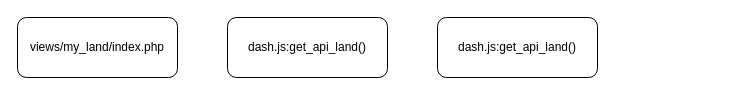
This is murbaa.drawio from tarikwaleed/diagrams, a draw.io file, before an edit. Source tidied: cells renumbered, new cells numbered last; positions are measured from the earlier drawing's top-left corner, leaving out a move shared by most shapes. Both pictures are drawn from the tidied source at 100%, with x=0, y=0 at pixel (17, 17).
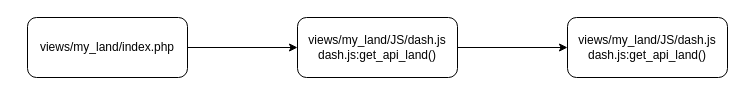
After the change.

Diff of the diagram source:
```diff
@@
 <mxGraphModel>
   <root>
     <mxCell id="0" />
     <mxCell id="1" parent="0" />
+    <mxCell id="5" style="edgeStyle=orthogonalEdgeStyle;rounded=0;jettySize=auto;html=1;exitX=1;exitY=0.5;exitDx=0;exitDy=0;entryX=0;entryY=0.5;entryDx=0;entryDy=0;" parent="1" edge="1" source="2" target="3">
+      <mxGeometry relative="1" as="geometry" />
+    </mxCell>
     <mxCell id="2" value="&lt;div&gt;views/my_land/index.php&lt;/div&gt;" style="rounded=1;whiteSpace=wrap;html=1;" parent="1" vertex="1">
-      <mxGeometry width="160" height="60" as="geometry" />
+      <mxGeometry x="10" width="160" height="60" as="geometry" />
     </mxCell>
+    <mxCell id="6" style="edgeStyle=orthogonalEdgeStyle;rounded=0;jettySize=auto;html=1;exitX=1;exitY=0.5;exitDx=0;exitDy=0;entryX=0;entryY=0.5;entryDx=0;entryDy=0;" parent="1" edge="1" source="3" target="4">
+      <mxGeometry relative="1" as="geometry" />
+    </mxCell>
-    <mxCell id="3" value="&lt;div&gt;dash.js:get_api_land()&lt;/div&gt;" style="rounded=1;whiteSpace=wrap;html=1;" parent="1" vertex="1">
-      <mxGeometry x="210" width="160" height="60" as="geometry" />
+    <mxCell id="3" value="&lt;div&gt;views/my_land/JS/dash.js&lt;br&gt;dash.js:get_api_land()&lt;/div&gt;" style="rounded=1;whiteSpace=wrap;html=1;" parent="1" vertex="1">
+      <mxGeometry x="280" width="160" height="60" as="geometry" />
     </mxCell>
-    <mxCell id="4" value="&lt;div&gt;dash.js:get_api_land()&lt;/div&gt;" style="rounded=1;whiteSpace=wrap;html=1;" parent="1" vertex="1">
-      <mxGeometry x="420" width="160" height="60" as="geometry" />
+    <mxCell id="4" value="&lt;div&gt;views/my_land/JS/dash.js&lt;br&gt;dash.js:get_api_land()&lt;/div&gt;" style="rounded=1;whiteSpace=wrap;html=1;" parent="1" vertex="1">
+      <mxGeometry x="550" width="160" height="60" as="geometry" />
     </mxCell>
   </root>
 </mxGraphModel>
```
